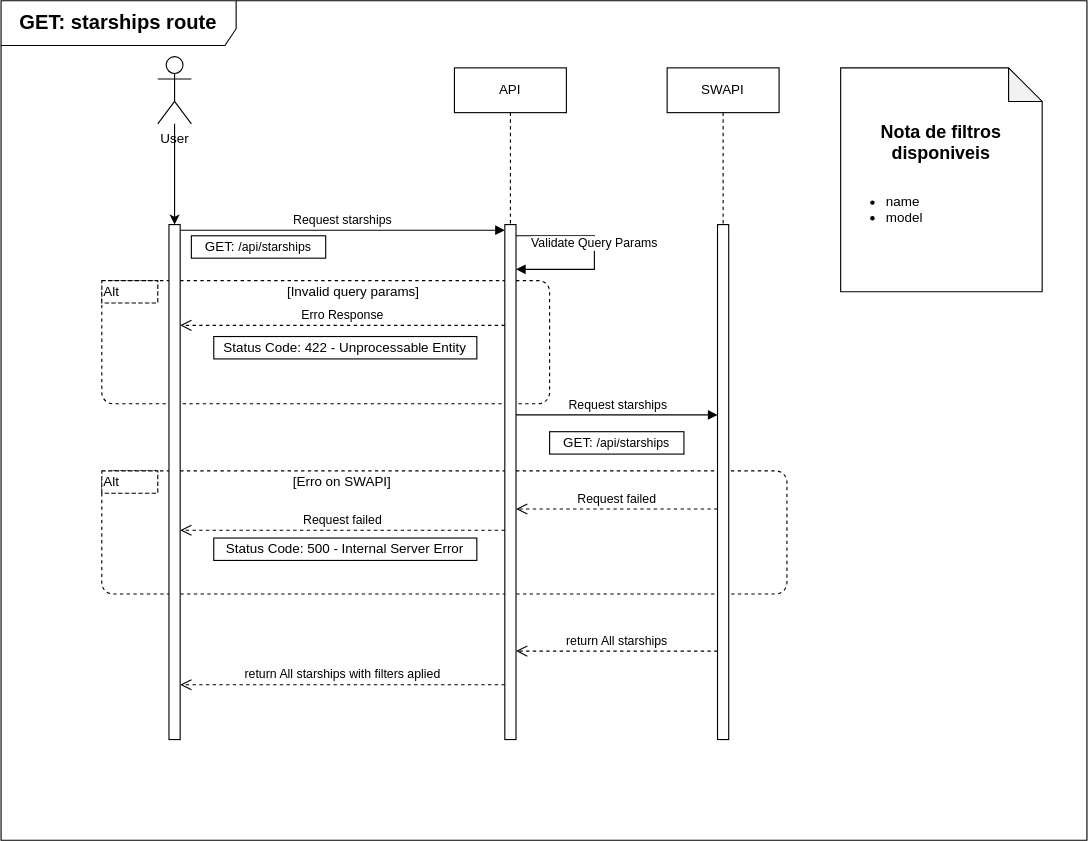
Above: docs/diagrams/Diagrama de rotas starships.svg in KhovetS2/starwars-api (draw.io), before the change. Source tidied: cells renumbered, new cells last; positions are measured from the earlier drawing's top-left corner, leaving out a move shared by most shapes. Source of this version:
```xml
<mxGraphModel>
  <root>
    <mxCell id="0" />
    <mxCell id="1" parent="0" />
    <mxCell id="2" style="html=1;align=center;verticalAlign=top;rounded=1;absoluteArcSize=1;arcSize=20;dashed=1;whiteSpace=wrap;fillColor=none;" parent="1" vertex="1">
      <mxGeometry x="90" y="420" width="612" height="110" as="geometry" />
    </mxCell>
    <mxCell id="3" style="html=1;align=center;verticalAlign=top;rounded=1;absoluteArcSize=1;arcSize=20;dashed=1;whiteSpace=wrap;fillColor=none;" parent="1" vertex="1">
      <mxGeometry x="90" y="250" width="400" height="110" as="geometry" />
    </mxCell>
    <mxCell id="4" style="html=1;points=[[0,0,0,0,5],[0,1,0,0,-5],[1,0,0,0,5],[1,1,0,0,-5]];perimeter=orthogonalPerimeter;outlineConnect=0;targetShapes=umlLifeline;portConstraint=eastwest;newEdgeStyle={&quot;curved&quot;:0,&quot;rounded&quot;:0};" parent="1" vertex="1">
      <mxGeometry x="450" y="200" width="10" height="460" as="geometry" />
    </mxCell>
    <mxCell id="5" value="Request starships" style="html=1;verticalAlign=bottom;endArrow=block;curved=0;rounded=0;entryX=0;entryY=0;entryDx=0;entryDy=5;" parent="1" edge="1" source="14" target="4">
      <mxGeometry relative="1" as="geometry" />
    </mxCell>
    <mxCell id="6" value="return All starships&amp;nbsp;with filters aplied" style="html=1;verticalAlign=bottom;endArrow=open;dashed=1;endSize=8;curved=0;rounded=0;" parent="1" edge="1">
      <mxGeometry relative="1" as="geometry">
        <mxPoint x="450" y="611" as="sourcePoint" />
        <mxPoint x="160" y="611" as="targetPoint" />
      </mxGeometry>
    </mxCell>
    <mxCell id="7" style="html=1;perimeter=orthogonalPerimeter;targetShapes=umlLifeline;newEdgeStyle={&quot;curved&quot;:0,&quot;rounded&quot;:0};" parent="1" vertex="1">
      <mxGeometry x="640" y="200" width="10" height="460" as="geometry" />
    </mxCell>
    <mxCell id="8" value="Request starships" style="html=1;verticalAlign=bottom;endArrow=block;curved=0;rounded=0;" parent="1" edge="1">
      <mxGeometry x="0.01" relative="1" as="geometry">
        <mxPoint x="460" y="370" as="sourcePoint" />
        <mxPoint x="640" y="370" as="targetPoint" />
      </mxGeometry>
    </mxCell>
    <mxCell id="9" value="return All starships" style="html=1;verticalAlign=bottom;endArrow=open;dashed=1;endSize=8;curved=0;rounded=0;" parent="1" edge="1">
      <mxGeometry relative="1" as="geometry">
        <mxPoint x="640" y="581" as="sourcePoint" />
        <mxPoint x="460" y="581" as="targetPoint" />
      </mxGeometry>
    </mxCell>
    <mxCell id="10" value="API" style="shape=umlLifeline;perimeter=lifelinePerimeter;whiteSpace=wrap;html=1;newEdgeStyle={&quot;curved&quot;:0,&quot;rounded&quot;:0};" parent="1" vertex="1">
      <mxGeometry x="405" y="60" width="100" height="140" as="geometry" />
    </mxCell>
    <mxCell id="11" value="SWAPI" style="shape=umlLifeline;perimeter=lifelinePerimeter;whiteSpace=wrap;html=1;newEdgeStyle={&quot;curved&quot;:0,&quot;rounded&quot;:0};" parent="1" vertex="1">
      <mxGeometry x="595" y="60" width="100" height="140" as="geometry" />
    </mxCell>
    <mxCell id="12" style="edgeStyle=orthogonalEdgeStyle;rounded=0;jettySize=auto;html=1;" parent="1" edge="1" source="13" target="14">
      <mxGeometry relative="1" as="geometry">
        <Array as="points">
          <mxPoint x="160" y="80" />
          <mxPoint x="160" y="405" />
        </Array>
      </mxGeometry>
    </mxCell>
    <mxCell id="13" value="User&lt;div&gt;&lt;br&gt;&lt;/div&gt;" style="shape=umlActor;verticalLabelPosition=bottom;verticalAlign=top;html=1;" parent="1" vertex="1">
      <mxGeometry x="140" y="50" width="30" height="60" as="geometry" />
    </mxCell>
    <mxCell id="14" style="html=1;points=[[0,0,0,0,5],[0,1,0,0,-5],[1,0,0,0,5],[1,1,0,0,-5]];perimeter=orthogonalPerimeter;outlineConnect=0;targetShapes=umlLifeline;portConstraint=eastwest;newEdgeStyle={&quot;curved&quot;:0,&quot;rounded&quot;:0};" parent="1" vertex="1">
      <mxGeometry x="150" y="200" width="10" height="460" as="geometry" />
    </mxCell>
    <mxCell id="15" value="GET:&amp;nbsp;&lt;span style=&quot;font-size: 11px; text-wrap-mode: nowrap;&quot;&gt;/api/&lt;/span&gt;&lt;font style=&quot;font-size: 11px;&quot;&gt;starships&lt;/font&gt;" style="rounded=0;whiteSpace=wrap;html=1;" parent="1" vertex="1">
      <mxGeometry x="170" y="210" width="120" height="20" as="geometry" />
    </mxCell>
    <mxCell id="16" value="GET:&amp;nbsp;&lt;span style=&quot;font-size: 11px; text-wrap-mode: nowrap;&quot;&gt;/api/&lt;/span&gt;&lt;span style=&quot;font-size: 11px; text-wrap-mode: nowrap; background-color: rgb(255, 255, 255);&quot;&gt;starships&lt;/span&gt;" style="rounded=0;whiteSpace=wrap;html=1;" parent="1" vertex="1">
      <mxGeometry x="490" y="385" width="120" height="20" as="geometry" />
    </mxCell>
    <mxCell id="17" value="Alt" style="shape=partialRectangle;html=1;top=1;align=left;dashed=1;" parent="1" vertex="1">
      <mxGeometry x="90" y="250" width="50" height="20" as="geometry" />
    </mxCell>
    <mxCell id="18" value="Alt" style="shape=partialRectangle;html=1;top=1;align=left;dashed=1;" parent="1" vertex="1">
      <mxGeometry x="90" y="420" width="50" height="20" as="geometry" />
    </mxCell>
    <mxCell id="19" value="Status Code: 422 - Unprocessable Entity" style="rounded=0;whiteSpace=wrap;html=1;" parent="1" vertex="1">
      <mxGeometry x="190" y="300" width="235" height="20" as="geometry" />
    </mxCell>
    <mxCell id="20" value="[Invalid query params]" style="text;html=1;whiteSpace=wrap;strokeColor=none;fillColor=none;align=center;verticalAlign=middle;rounded=0;" parent="1" vertex="1">
      <mxGeometry x="250" y="250" width="130" height="20" as="geometry" />
    </mxCell>
    <mxCell id="21" value="Status Code: 500 - Internal Server Error" style="rounded=0;whiteSpace=wrap;html=1;" parent="1" vertex="1">
      <mxGeometry x="190" y="480" width="235" height="20" as="geometry" />
    </mxCell>
    <mxCell id="22" value="[Erro on SWAPI]" style="text;html=1;whiteSpace=wrap;strokeColor=none;fillColor=none;align=center;verticalAlign=middle;rounded=0;" parent="1" vertex="1">
      <mxGeometry x="260" y="420" width="90" height="20" as="geometry" />
    </mxCell>
    <mxCell id="23" value="&lt;font style=&quot;font-size: 16px;&quot;&gt;&lt;b&gt;Nota de filtros disponiveis&lt;/b&gt;&lt;/font&gt;&lt;div&gt;&lt;br&gt;&lt;/div&gt;&lt;div&gt;&lt;ul&gt;&lt;li style=&quot;text-align: left;&quot;&gt;name&lt;/li&gt;&lt;li style=&quot;text-align: left;&quot;&gt;&lt;span style=&quot;background-color: transparent; color: light-dark(rgb(0, 0, 0), rgb(255, 255, 255));&quot;&gt;model&lt;/span&gt;&lt;/li&gt;&lt;/ul&gt;&lt;/div&gt;" style="shape=note;whiteSpace=wrap;html=1;backgroundOutline=1;darkOpacity=0.05;" parent="1" vertex="1">
      <mxGeometry x="750" y="60" width="180" height="200" as="geometry" />
    </mxCell>
    <mxCell id="24" value="&lt;b&gt;&lt;font style=&quot;font-size: 18px;&quot;&gt;GET: starships route&lt;/font&gt;&lt;/b&gt;" style="shape=umlFrame;whiteSpace=wrap;html=1;width=210;height=40;" parent="1" vertex="1">
      <mxGeometry width="970" height="750" as="geometry" />
    </mxCell>
    <mxCell id="25" value="Request failed" style="html=1;verticalAlign=bottom;endArrow=open;dashed=1;endSize=8;curved=0;rounded=0;" parent="1" edge="1">
      <mxGeometry relative="1" as="geometry">
        <mxPoint x="640" y="454" as="sourcePoint" />
        <mxPoint x="460" y="454" as="targetPoint" />
      </mxGeometry>
    </mxCell>
    <mxCell id="26" value="Validate Query Params" style="html=1;verticalAlign=bottom;endArrow=block;curved=0;rounded=0;" parent="1" edge="1">
      <mxGeometry x="0.01" relative="1" as="geometry">
        <mxPoint x="460" y="210" as="sourcePoint" />
        <mxPoint x="460" y="240" as="targetPoint" />
        <Array as="points">
          <mxPoint x="530" y="210" />
          <mxPoint x="530" y="240" />
        </Array>
      </mxGeometry>
    </mxCell>
    <mxCell id="27" value="Request failed" style="html=1;verticalAlign=bottom;endArrow=open;dashed=1;endSize=8;curved=0;rounded=0;" parent="1" edge="1">
      <mxGeometry relative="1" as="geometry">
        <mxPoint x="450" y="473" as="sourcePoint" />
        <mxPoint x="160" y="473" as="targetPoint" />
      </mxGeometry>
    </mxCell>
    <mxCell id="28" value="Erro Response" style="html=1;verticalAlign=bottom;endArrow=open;dashed=1;endSize=8;curved=0;rounded=0;" parent="1" edge="1">
      <mxGeometry relative="1" as="geometry">
        <mxPoint x="450" y="290" as="sourcePoint" />
        <mxPoint x="160" y="290" as="targetPoint" />
      </mxGeometry>
    </mxCell>
  </root>
</mxGraphModel>
```
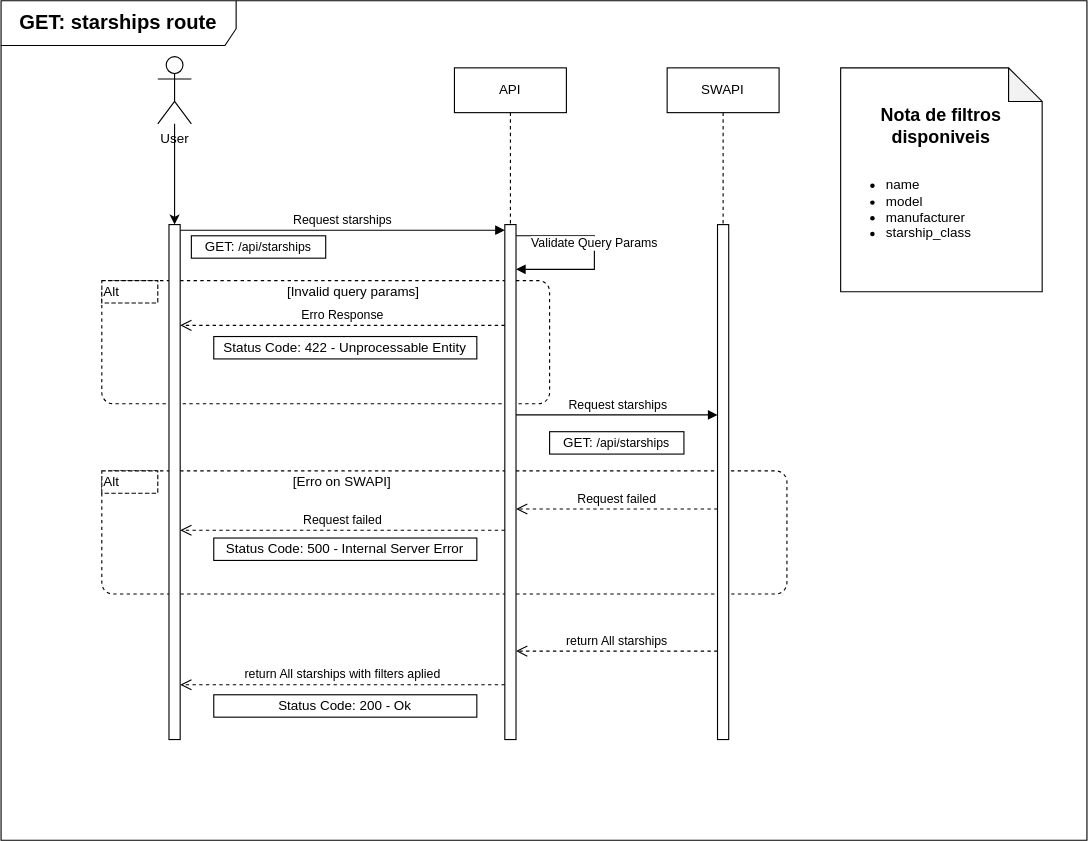
The same diagram one commit later.

Change to the diagram source:
```diff
@@ -79,7 +79,7 @@
     <mxCell id="22" value="[Erro on SWAPI]" style="text;html=1;whiteSpace=wrap;strokeColor=none;fillColor=none;align=center;verticalAlign=middle;rounded=0;" parent="1" vertex="1">
       <mxGeometry x="260" y="420" width="90" height="20" as="geometry" />
     </mxCell>
-    <mxCell id="23" value="&lt;font style=&quot;font-size: 16px;&quot;&gt;&lt;b&gt;Nota de filtros disponiveis&lt;/b&gt;&lt;/font&gt;&lt;div&gt;&lt;br&gt;&lt;/div&gt;&lt;div&gt;&lt;ul&gt;&lt;li style=&quot;text-align: left;&quot;&gt;name&lt;/li&gt;&lt;li style=&quot;text-align: left;&quot;&gt;&lt;span style=&quot;background-color: transparent; color: light-dark(rgb(0, 0, 0), rgb(255, 255, 255));&quot;&gt;model&lt;/span&gt;&lt;/li&gt;&lt;/ul&gt;&lt;/div&gt;" style="shape=note;whiteSpace=wrap;html=1;backgroundOutline=1;darkOpacity=0.05;" parent="1" vertex="1">
+    <mxCell id="23" value="&lt;font style=&quot;font-size: 16px;&quot;&gt;&lt;b&gt;Nota de filtros disponiveis&lt;/b&gt;&lt;/font&gt;&lt;div&gt;&lt;br&gt;&lt;/div&gt;&lt;div&gt;&lt;ul&gt;&lt;li style=&quot;text-align: left;&quot;&gt;name&lt;/li&gt;&lt;li style=&quot;text-align: left;&quot;&gt;&lt;span style=&quot;background-color: transparent; color: light-dark(rgb(0, 0, 0), rgb(255, 255, 255));&quot;&gt;model&lt;/span&gt;&lt;/li&gt;&lt;li style=&quot;text-align: left;&quot;&gt;&lt;span style=&quot;background-color: transparent; color: light-dark(rgb(0, 0, 0), rgb(255, 255, 255));&quot;&gt;manufacturer&lt;/span&gt;&lt;/li&gt;&lt;li style=&quot;text-align: left;&quot;&gt;&lt;span style=&quot;background-color: transparent; color: light-dark(rgb(0, 0, 0), rgb(255, 255, 255));&quot;&gt;starship_class&lt;/span&gt;&lt;/li&gt;&lt;/ul&gt;&lt;/div&gt;" style="shape=note;whiteSpace=wrap;html=1;backgroundOutline=1;darkOpacity=0.05;" parent="1" vertex="1">
       <mxGeometry x="750" y="60" width="180" height="200" as="geometry" />
     </mxCell>
     <mxCell id="24" value="&lt;b&gt;&lt;font style=&quot;font-size: 18px;&quot;&gt;GET: starships route&lt;/font&gt;&lt;/b&gt;" style="shape=umlFrame;whiteSpace=wrap;html=1;width=210;height=40;" parent="1" vertex="1">
@@ -113,5 +113,8 @@
         <mxPoint x="160" y="290" as="targetPoint" />
       </mxGeometry>
     </mxCell>
+    <mxCell id="29" value="Status Code: 200 - Ok" style="rounded=0;whiteSpace=wrap;html=1;" parent="1" vertex="1">
+      <mxGeometry x="190" y="620" width="235" height="20" as="geometry" />
+    </mxCell>
   </root>
 </mxGraphModel>
```
